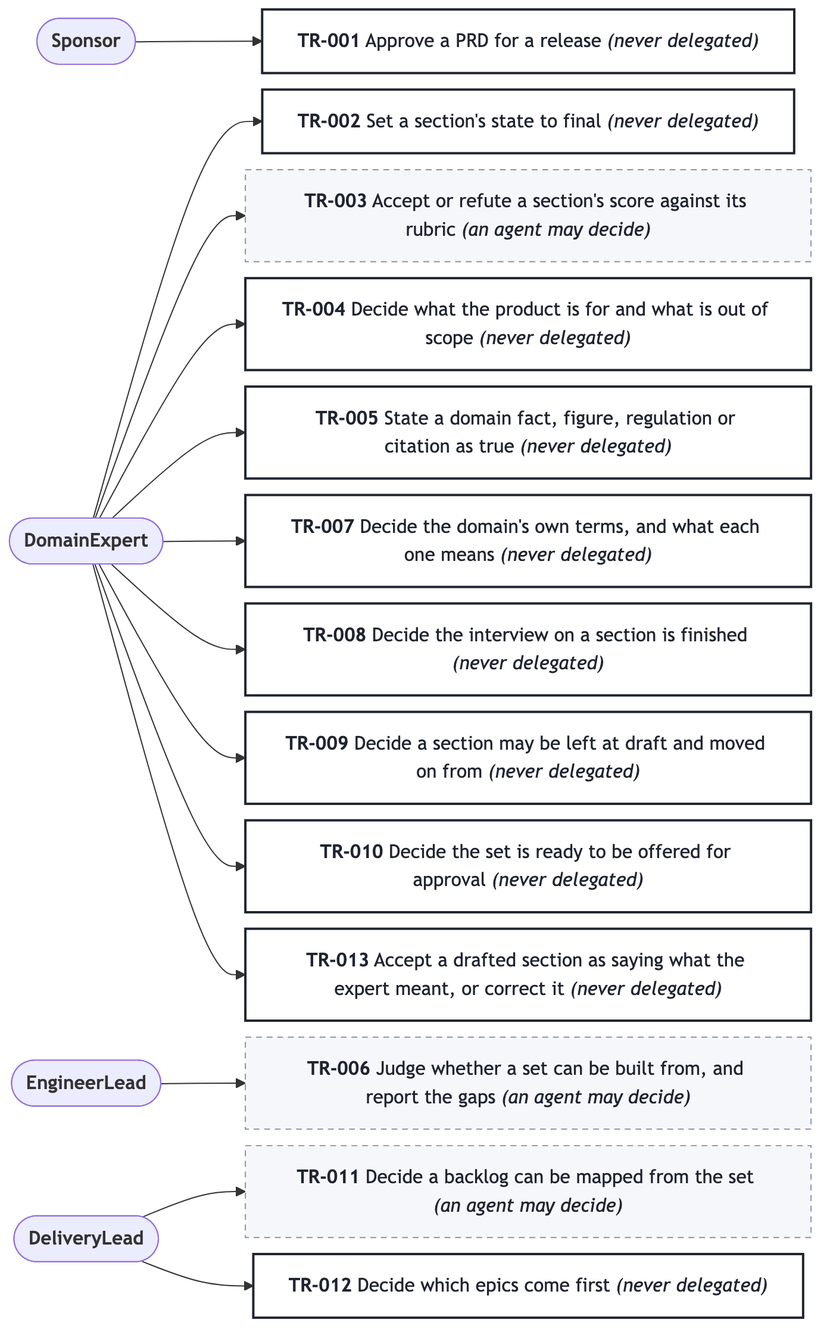
This is docs/prd/prd-forge/diagrams/decision-rights.png from SpillwaveSolutions/prd-forge, a Mermaid export, as it was before one commit. Its source is kept beside it as docs/prd/prd-forge/diagrams/decision-rights.mmd.
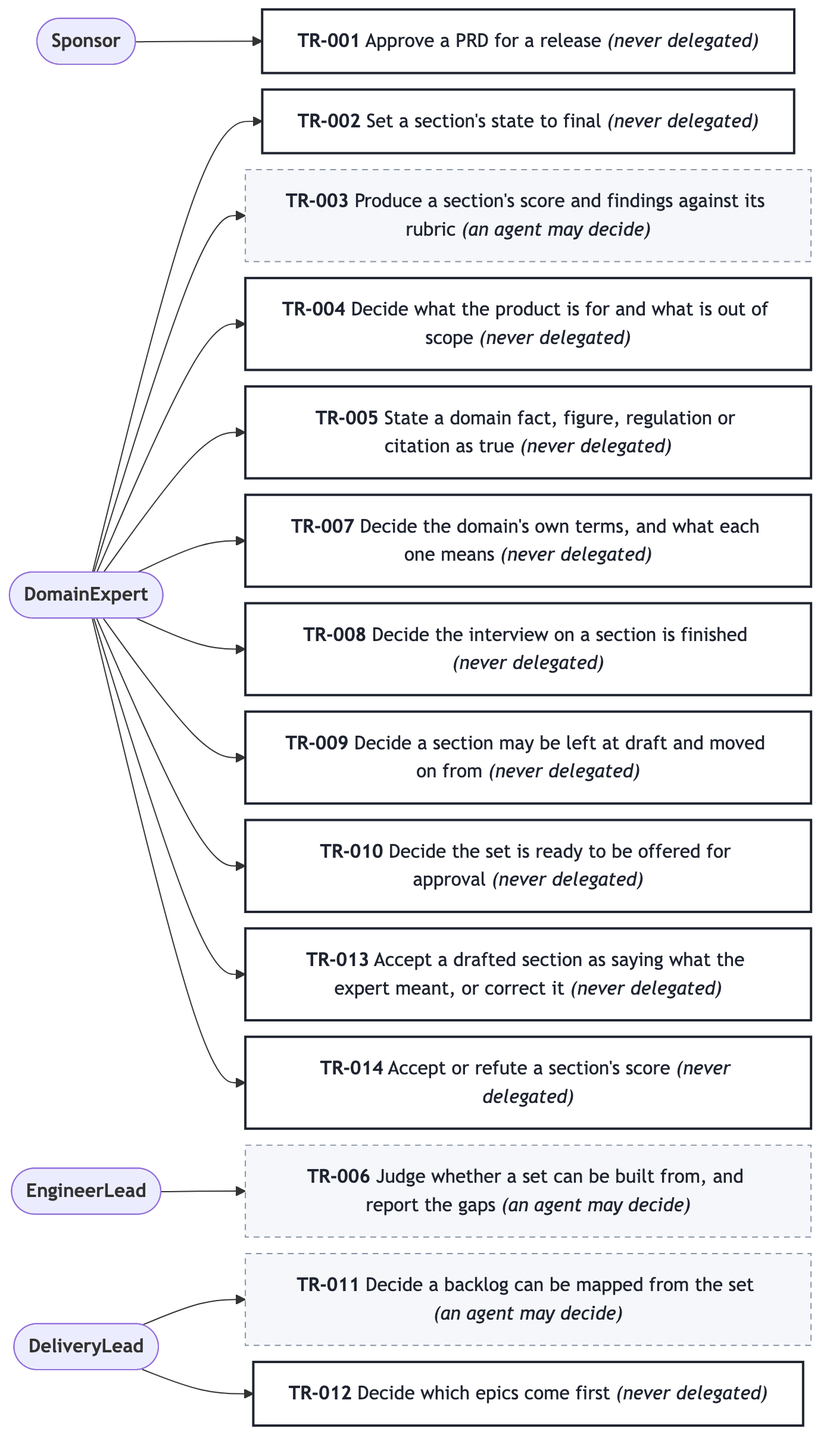
After the change.

The edit, as a diff of the source:
```diff
@@ -8,7 +8,7 @@
   APER003 --> DTR001
   DTR002["<b>TR-002</b> Set a section's state to final <i>(never delegated)</i>"]
   APER001 --> DTR002
-  DTR003["<b>TR-003</b> Accept or refute a section's score against its rubric <i>(an agent may decide)</i>"]
+  DTR003["<b>TR-003</b> Produce a section's score and findings against its rubric <i>(an agent may decide)</i>"]
   APER001 --> DTR003
   DTR004["<b>TR-004</b> Decide what the product is for and what is out of scope <i>(never delegated)</i>"]
   APER001 --> DTR004
@@ -30,6 +30,8 @@
   APER004 --> DTR012
   DTR013["<b>TR-013</b> Accept a drafted section as saying what the expert meant, or correct it <i>(never delegated)</i>"]
   APER001 --> DTR013
+  DTR014["<b>TR-014</b> Accept or refute a section's score <i>(never delegated)</i>"]
+  APER001 --> DTR014
   classDef never fill:#FFFFFF,stroke:#1F2430,stroke-width:2px,color:#1F2430
   classDef agent fill:#F5F7FA,stroke:#8A94A6,stroke-dasharray:5 4,color:#1F2430
   classDef person fill:#F5F7FA,stroke:#8A94A6,color:#1F2430
@@ -46,3 +48,4 @@
   class DTR011 agent
   class DTR012 never
   class DTR013 never
+  class DTR014 never
```
